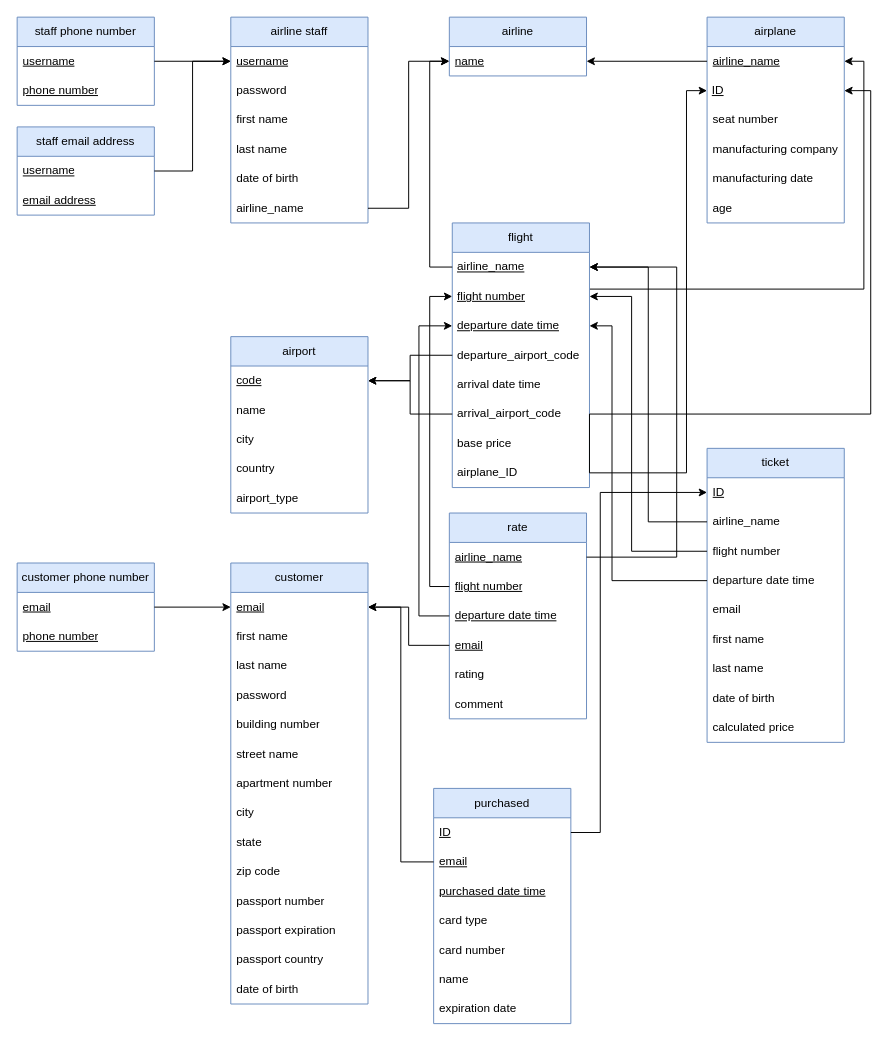
Above: part2/project_schema.drawio in qianxichen233/CS-UY-3083-project (draw.io), before the change. Source tidied: cells renumbered, new cells numbered last; positions are measured from the earlier drawing's top-left corner, leaving out a move shared by most shapes. Both pictures are drawn from the tidied source at 98%, with x=0, y=0 at pixel (17, 17).
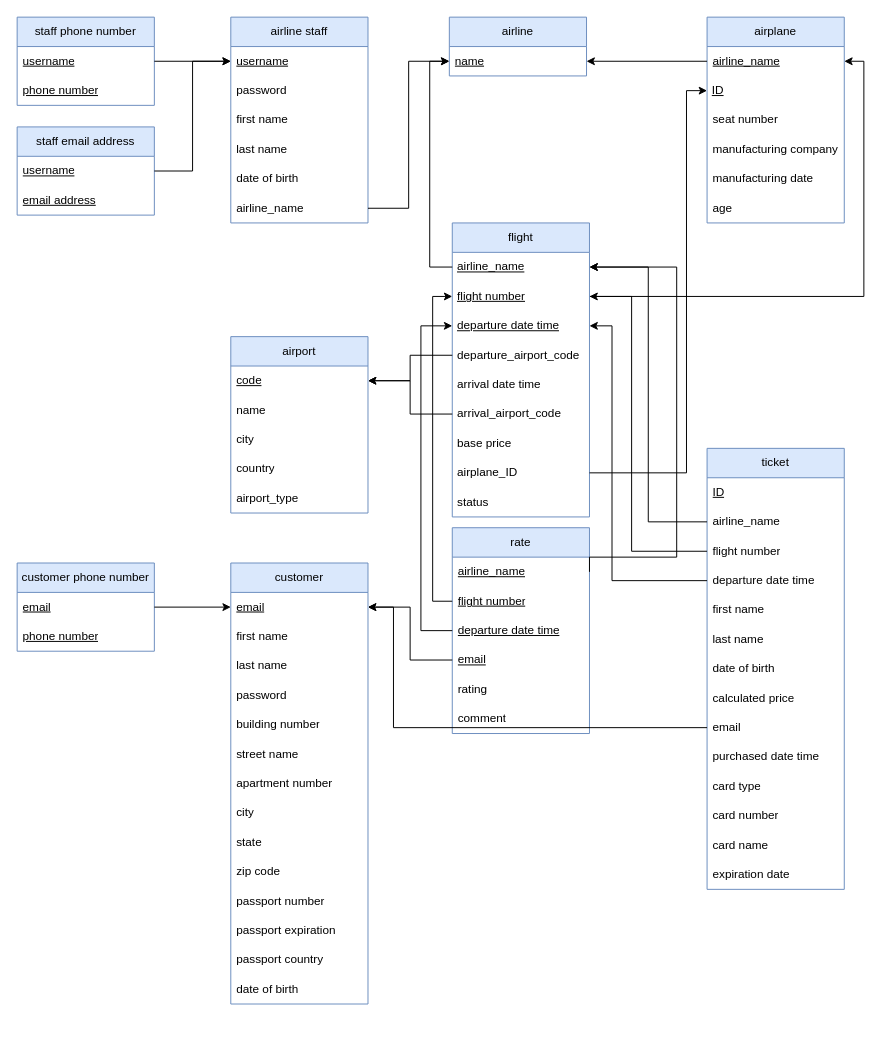
The same diagram, later.

Unchanged cells that the change refers to:
```xml
<mxCell id="14" value="&amp;nbsp;&lt;u&gt;ID&lt;/u&gt;" style="ellipse;whiteSpace=wrap;html=1;align=left;strokeColor=none;fillColor=none;rounded=0;labelBackgroundColor=none;" parent="12" vertex="1">
  <mxGeometry y="60" width="140" height="30" as="geometry" />
</mxCell>
<mxCell id="24" value="&amp;nbsp;&lt;u&gt;departure date time&lt;/u&gt;" style="ellipse;whiteSpace=wrap;html=1;align=left;strokeColor=none;fillColor=none;rounded=0;labelBackgroundColor=none;" parent="21" vertex="1">
  <mxGeometry y="90" width="140" height="30" as="geometry" />
</mxCell>
<mxCell id="29" value="&amp;nbsp;airplane_ID" style="ellipse;whiteSpace=wrap;html=1;align=left;strokeColor=none;fillColor=none;rounded=0;labelBackgroundColor=none;" parent="21" vertex="1">
  <mxGeometry y="240" width="140" height="30" as="geometry" />
</mxCell>
<mxCell id="41" value="&lt;u&gt;ID&lt;/u&gt;" style="text;strokeColor=none;fillColor=none;align=left;verticalAlign=middle;spacingLeft=4;spacingRight=4;overflow=hidden;points=[[0,0.5],[1,0.5]];portConstraint=eastwest;whiteSpace=wrap;html=1;" parent="40" vertex="1">
  <mxGeometry y="30" width="140" height="30" as="geometry" />
</mxCell>
<mxCell id="54" value="&lt;u&gt;email&lt;/u&gt;" style="text;strokeColor=none;fillColor=none;align=left;verticalAlign=middle;spacingLeft=4;spacingRight=4;overflow=hidden;points=[[0,0.5],[1,0.5]];portConstraint=eastwest;whiteSpace=wrap;html=1;" parent="53" vertex="1">
  <mxGeometry y="30" width="140" height="30" as="geometry" />
</mxCell>
<mxCell id="81" value="&lt;u&gt;departure date time&lt;/u&gt;" style="text;strokeColor=none;fillColor=none;align=left;verticalAlign=middle;spacingLeft=4;spacingRight=4;overflow=hidden;points=[[0,0.5],[1,0.5]];portConstraint=eastwest;whiteSpace=wrap;html=1;" parent="78" vertex="1">
  <mxGeometry y="90" width="140" height="30" as="geometry" />
</mxCell>
```

Diff of the diagram source:
```diff
@@
     <mxCell id="21" value="flight" style="swimlane;fontStyle=0;horizontal=1;startSize=30;whiteSpace=wrap;html=1;fillColor=#dae8fc;strokeColor=#6c8ebf;" parent="1" vertex="1">
-      <mxGeometry x="444" y="210" width="140" height="270" as="geometry" />
+      <mxGeometry x="444" y="210" width="140" height="300" as="geometry" />
     </mxCell>
@@
+    <mxCell id="102" value="&amp;nbsp;status" style="ellipse;whiteSpace=wrap;html=1;align=left;strokeColor=none;fillColor=none;rounded=0;labelBackgroundColor=none;" parent="21" vertex="1">
+      <mxGeometry y="270" width="140" height="30" as="geometry" />
+    </mxCell>
@@
-    <mxCell id="31" style="edgeStyle=orthogonalEdgeStyle;rounded=0;jettySize=auto;html=1;exitX=1;exitY=0.5;exitDx=0;exitDy=0;entryX=1;entryY=0.5;entryDx=0;entryDy=0;" parent="1" edge="1" source="29" target="14">
-      <mxGeometry relative="1" as="geometry">
-        <Array as="points">
-          <mxPoint x="871" y="405" />
-          <mxPoint x="871" y="75" />
-        </Array>
-      </mxGeometry>
-    </mxCell>
@@
     <mxCell id="40" value="ticket" style="swimlane;fontStyle=0;horizontal=1;startSize=30;whiteSpace=wrap;html=1;fillColor=#dae8fc;strokeColor=#6c8ebf;" parent="1" vertex="1">
-      <mxGeometry x="704" y="440" width="140" height="300" as="geometry" />
+      <mxGeometry x="704" y="440" width="140" height="450" as="geometry" />
     </mxCell>
@@
-    <mxCell id="45" value="email" style="text;strokeColor=none;fillColor=none;align=left;verticalAlign=middle;spacingLeft=4;spacingRight=4;overflow=hidden;points=[[0,0.5],[1,0.5]];portConstraint=eastwest;whiteSpace=wrap;html=1;" parent="40" vertex="1">
-      <mxGeometry y="150" width="140" height="30" as="geometry" />
-    </mxCell>
     <mxCell id="46" value="first name" style="text;strokeColor=none;fillColor=none;align=left;verticalAlign=middle;spacingLeft=4;spacingRight=4;overflow=hidden;whiteSpace=wrap;html=1;" parent="40" vertex="1">
-      <mxGeometry y="180" width="140" height="30" as="geometry" />
+      <mxGeometry y="150" width="140" height="30" as="geometry" />
     </mxCell>
     <mxCell id="47" value="last name" style="text;strokeColor=none;fillColor=none;align=left;verticalAlign=middle;spacingLeft=4;spacingRight=4;overflow=hidden;whiteSpace=wrap;html=1;" parent="40" vertex="1">
-      <mxGeometry y="210" width="140" height="30" as="geometry" />
+      <mxGeometry y="180" width="140" height="30" as="geometry" />
     </mxCell>
     <mxCell id="48" value="date of birth" style="text;strokeColor=none;fillColor=none;align=left;verticalAlign=middle;spacingLeft=4;spacingRight=4;overflow=hidden;whiteSpace=wrap;html=1;" parent="40" vertex="1">
-      <mxGeometry y="240" width="140" height="30" as="geometry" />
+      <mxGeometry y="210" width="140" height="30" as="geometry" />
     </mxCell>
     <mxCell id="49" value="calculated price" style="text;strokeColor=none;fillColor=none;align=left;verticalAlign=middle;spacingLeft=4;spacingRight=4;overflow=hidden;whiteSpace=wrap;html=1;" parent="40" vertex="1">
-      <mxGeometry y="270" width="140" height="30" as="geometry" />
+      <mxGeometry y="240" width="140" height="30" as="geometry" />
     </mxCell>
+    <mxCell id="45" value="email" style="text;strokeColor=none;fillColor=none;align=left;verticalAlign=middle;spacingLeft=4;spacingRight=4;overflow=hidden;points=[[0,0.5],[1,0.5]];portConstraint=eastwest;whiteSpace=wrap;html=1;" parent="40" vertex="1">
+      <mxGeometry y="270" width="140" height="30" as="geometry" />
+    </mxCell>
+    <mxCell id="71" value="purchased date time" style="text;strokeColor=none;fillColor=none;align=left;verticalAlign=middle;spacingLeft=4;spacingRight=4;overflow=hidden;whiteSpace=wrap;html=1;" parent="40" vertex="1">
+      <mxGeometry y="300" width="140" height="30" as="geometry" />
+    </mxCell>
+    <mxCell id="72" value="card type" style="text;strokeColor=none;fillColor=none;align=left;verticalAlign=middle;spacingLeft=4;spacingRight=4;overflow=hidden;whiteSpace=wrap;html=1;" parent="40" vertex="1">
+      <mxGeometry y="330" width="140" height="30" as="geometry" />
+    </mxCell>
+    <mxCell id="73" value="card number" style="text;strokeColor=none;fillColor=none;align=left;verticalAlign=middle;spacingLeft=4;spacingRight=4;overflow=hidden;whiteSpace=wrap;html=1;" parent="40" vertex="1">
+      <mxGeometry y="360" width="140" height="30" as="geometry" />
+    </mxCell>
+    <mxCell id="103" value="card name" style="text;strokeColor=none;fillColor=none;align=left;verticalAlign=middle;spacingLeft=4;spacingRight=4;overflow=hidden;whiteSpace=wrap;html=1;" parent="40" vertex="1">
+      <mxGeometry y="390" width="140" height="30" as="geometry" />
+    </mxCell>
+    <mxCell id="75" value="expiration date" style="text;strokeColor=none;fillColor=none;align=left;verticalAlign=middle;spacingLeft=4;spacingRight=4;overflow=hidden;whiteSpace=wrap;html=1;" parent="40" vertex="1">
+      <mxGeometry y="420" width="140" height="30" as="geometry" />
+    </mxCell>
@@
-    <mxCell id="68" value="purchased" style="swimlane;fontStyle=0;horizontal=1;startSize=30;whiteSpace=wrap;html=1;fillColor=#dae8fc;strokeColor=#6c8ebf;" parent="1" vertex="1">
-      <mxGeometry x="425" y="787" width="140" height="240" as="geometry" />
-    </mxCell>
-    <mxCell id="69" value="&lt;u&gt;ID&lt;/u&gt;" style="text;strokeColor=none;fillColor=none;align=left;verticalAlign=middle;spacingLeft=4;spacingRight=4;overflow=hidden;points=[[0,0.5],[1,0.5]];portConstraint=eastwest;whiteSpace=wrap;html=1;" parent="68" vertex="1">
-      <mxGeometry y="30" width="140" height="30" as="geometry" />
-    </mxCell>
-    <mxCell id="70" value="&lt;u&gt;email&lt;/u&gt;" style="text;strokeColor=none;fillColor=none;align=left;verticalAlign=middle;spacingLeft=4;spacingRight=4;overflow=hidden;points=[[0,0.5],[1,0.5]];portConstraint=eastwest;whiteSpace=wrap;html=1;" parent="68" vertex="1">
-      <mxGeometry y="60" width="140" height="30" as="geometry" />
-    </mxCell>
-    <mxCell id="71" value="&lt;u&gt;purchased date time&lt;/u&gt;" style="text;strokeColor=none;fillColor=none;align=left;verticalAlign=middle;spacingLeft=4;spacingRight=4;overflow=hidden;whiteSpace=wrap;html=1;" parent="68" vertex="1">
-      <mxGeometry y="90" width="140" height="30" as="geometry" />
-    </mxCell>
-    <mxCell id="72" value="card type" style="text;strokeColor=none;fillColor=none;align=left;verticalAlign=middle;spacingLeft=4;spacingRight=4;overflow=hidden;whiteSpace=wrap;html=1;" parent="68" vertex="1">
-      <mxGeometry y="120" width="140" height="30" as="geometry" />
-    </mxCell>
-    <mxCell id="73" value="card number" style="text;strokeColor=none;fillColor=none;align=left;verticalAlign=middle;spacingLeft=4;spacingRight=4;overflow=hidden;whiteSpace=wrap;html=1;" parent="68" vertex="1">
-      <mxGeometry y="150" width="140" height="30" as="geometry" />
-    </mxCell>
-    <mxCell id="74" value="name" style="text;strokeColor=none;fillColor=none;align=left;verticalAlign=middle;spacingLeft=4;spacingRight=4;overflow=hidden;whiteSpace=wrap;html=1;" parent="68" vertex="1">
-      <mxGeometry y="180" width="140" height="30" as="geometry" />
-    </mxCell>
-    <mxCell id="75" value="expiration date" style="text;strokeColor=none;fillColor=none;align=left;verticalAlign=middle;spacingLeft=4;spacingRight=4;overflow=hidden;whiteSpace=wrap;html=1;" parent="68" vertex="1">
-      <mxGeometry y="210" width="140" height="30" as="geometry" />
-    </mxCell>
-    <mxCell id="76" style="edgeStyle=orthogonalEdgeStyle;rounded=0;jettySize=auto;html=1;exitX=1;exitY=0.5;exitDx=0;exitDy=0;entryX=0;entryY=0.5;entryDx=0;entryDy=0;" parent="1" edge="1" source="69" target="41">
-      <mxGeometry relative="1" as="geometry">
-        <Array as="points">
-          <mxPoint x="595" y="832" />
-          <mxPoint x="595" y="485" />
-        </Array>
-      </mxGeometry>
-    </mxCell>
-    <mxCell id="77" style="edgeStyle=orthogonalEdgeStyle;rounded=0;jettySize=auto;html=1;exitX=0;exitY=0.5;exitDx=0;exitDy=0;entryX=1;entryY=0.5;entryDx=0;entryDy=0;" parent="1" edge="1" source="70" target="54">
-      <mxGeometry relative="1" as="geometry" />
-    </mxCell>
     <mxCell id="78" value="rate" style="swimlane;fontStyle=0;horizontal=1;startSize=30;whiteSpace=wrap;html=1;fillColor=#dae8fc;strokeColor=#6c8ebf;" parent="1" vertex="1">
-      <mxGeometry x="441" y="506" width="140" height="210" as="geometry" />
+      <mxGeometry x="444" y="521" width="140" height="210" as="geometry" />
     </mxCell>
@@
     <mxCell id="88" style="edgeStyle=orthogonalEdgeStyle;rounded=0;jettySize=auto;html=1;exitX=0;exitY=0.5;exitDx=0;exitDy=0;entryX=0;entryY=0.5;entryDx=0;entryDy=0;" parent="1" edge="1" source="81" target="24">
       <mxGeometry relative="1" as="geometry">
         <Array as="points">
-          <mxPoint x="410" y="611" />
-          <mxPoint x="410" y="315" />
+          <mxPoint x="412" y="626" />
+          <mxPoint x="412" y="315" />
         </Array>
       </mxGeometry>
     </mxCell>
@@
+    <mxCell id="104" style="edgeStyle=orthogonalEdgeStyle;rounded=0;jettySize=auto;html=1;entryX=1;entryY=0.5;entryDx=0;entryDy=0;exitX=0;exitY=0.5;exitDx=0;exitDy=0;" parent="1" edge="1" source="45" target="54">
+      <mxGeometry relative="1" as="geometry">
+        <Array as="points">
+          <mxPoint x="384" y="725" />
+          <mxPoint x="384" y="602" />
+        </Array>
+      </mxGeometry>
+    </mxCell>
```
